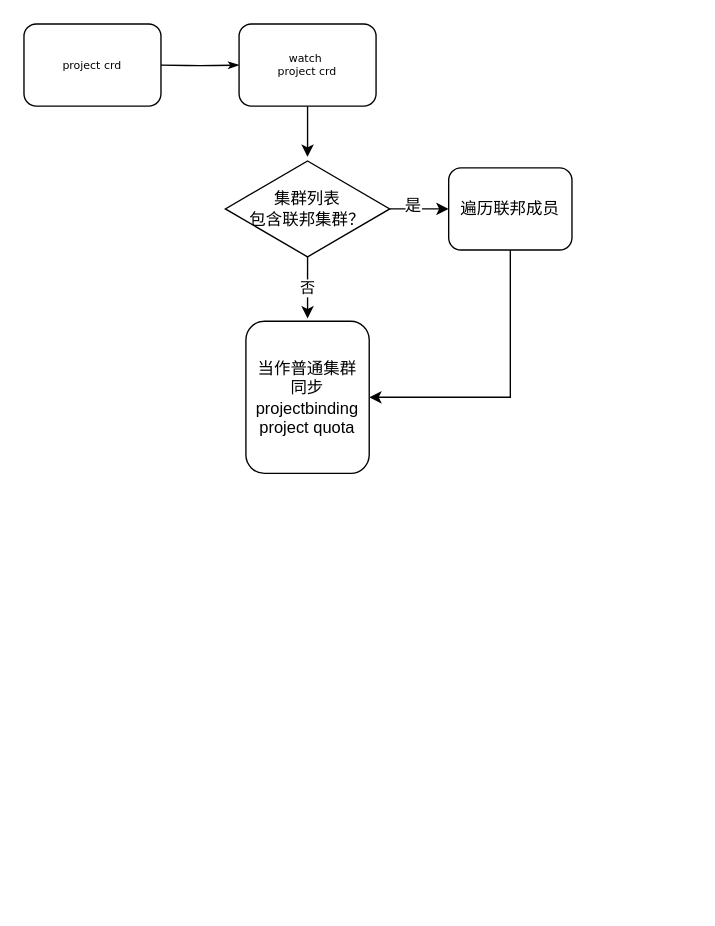
Before: page "Page-3" (3 of 5) of federateclusters.drawio in ssider/system_designs, a draw.io diagram. Source tidied: cells renumbered, new cells numbered last; positions are measured from the earlier drawing's top-left corner, leaving out a move shared by most shapes. Both pictures are drawn from the tidied source at 137%, with x=0, y=0 at pixel (23, 23).
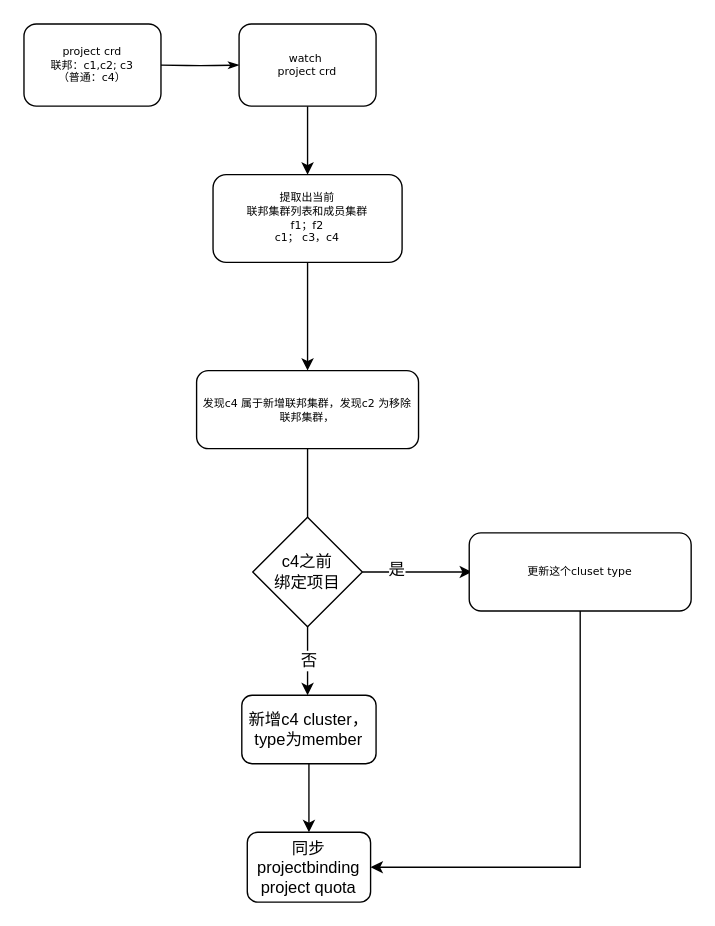
The same diagram, later.

Unchanged cells that the change refers to:
```xml
<mxCell id="5" value="watch&amp;nbsp;&lt;br&gt;project crd" style="rounded=1;whiteSpace=wrap;html=1;shadow=0;labelBackgroundColor=none;strokeColor=#000000;strokeWidth=1;fillColor=#ffffff;fontFamily=Verdana;fontSize=8;fontColor=#000000;align=center;" parent="1" vertex="1">
  <mxGeometry x="157" width="100" height="60" as="geometry" />
</mxCell>
```

Change to the diagram source:
```diff
@@
-    <mxCell id="2" value="project crd" style="rounded=1;whiteSpace=wrap;html=1;shadow=0;labelBackgroundColor=none;strokeColor=#000000;strokeWidth=1;fillColor=#ffffff;fontFamily=Verdana;fontSize=8;fontColor=#000000;align=center;" parent="1" vertex="1">
+    <mxCell id="2" value="project crd&lt;br&gt;联邦：c1,c2; c3&lt;br&gt;（普通：c4）" style="rounded=1;whiteSpace=wrap;html=1;shadow=0;labelBackgroundColor=none;strokeColor=#000000;strokeWidth=1;fillColor=#ffffff;fontFamily=Verdana;fontSize=8;fontColor=#000000;align=center;" parent="1" vertex="1">
       <mxGeometry width="100" height="60" as="geometry" />
     </mxCell>
@@
-    <mxCell id="4" style="edgeStyle=orthogonalEdgeStyle;rounded=0;html=1;jettySize=auto;" parent="1" edge="1" source="5">
-      <mxGeometry relative="1" as="geometry">
-        <mxPoint x="207" y="97" as="targetPoint" />
-      </mxGeometry>
-    </mxCell>
+    <mxCell id="13" style="edgeStyle=orthogonalEdgeStyle;rounded=0;jettySize=auto;html=1;" parent="1" edge="1" source="5" target="15">
+      <mxGeometry relative="1" as="geometry" />
+    </mxCell>
@@
-    <mxCell id="6" style="edgeStyle=orthogonalEdgeStyle;rounded=0;jettySize=auto;html=1;" parent="1" edge="1" source="8" target="11">
-      <mxGeometry relative="1" as="geometry" />
-    </mxCell>
+    <mxCell id="14" style="edgeStyle=orthogonalEdgeStyle;rounded=0;jettySize=auto;html=1;" parent="1" edge="1" source="15" target="18">
+      <mxGeometry relative="1" as="geometry" />
+    </mxCell>
+    <mxCell id="15" value="提取出当前&lt;br&gt;联邦集群列表和成员集群&lt;br&gt;f1；f2&lt;br&gt;c1； c3，c4" style="rounded=1;whiteSpace=wrap;html=1;shadow=0;labelBackgroundColor=none;strokeColor=#000000;strokeWidth=1;fillColor=#ffffff;fontFamily=Verdana;fontSize=8;fontColor=#000000;align=center;" parent="1" vertex="1">
+      <mxGeometry x="138" y="110" width="138" height="64" as="geometry" />
+    </mxCell>
+    <mxCell id="16" style="edgeStyle=orthogonalEdgeStyle;rounded=0;orthogonalLoop=1;jettySize=auto;html=1;" parent="1" edge="1">
+      <mxGeometry relative="1" as="geometry">
+        <mxPoint x="207" y="430" as="sourcePoint" />
+        <mxPoint x="207" y="490" as="targetPoint" />
+      </mxGeometry>
+    </mxCell>
+    <mxCell id="9" value="否" style="text;html=1;align=center;verticalAlign=middle;labelBackgroundColor=#ffffff;" parent="16" vertex="1">
+      <mxGeometry x="0.13" relative="1" as="geometry" />
+    </mxCell>
+    <mxCell id="17" style="edgeStyle=orthogonalEdgeStyle;rounded=0;jettySize=auto;html=1;" parent="1" edge="1" source="18">
+      <mxGeometry relative="1" as="geometry">
+        <mxPoint x="207" y="380" as="targetPoint" />
+      </mxGeometry>
+    </mxCell>
+    <mxCell id="18" value="发现c4 属于新增联邦集群，发现c2 为移除联邦集群，&lt;br&gt;" style="rounded=1;whiteSpace=wrap;html=1;shadow=0;labelBackgroundColor=none;strokeColor=#000000;strokeWidth=1;fillColor=#ffffff;fontFamily=Verdana;fontSize=8;fontColor=#000000;align=center;" parent="1" vertex="1">
+      <mxGeometry x="126" y="253" width="162" height="57" as="geometry" />
+    </mxCell>
+    <mxCell id="12" value="同步projectbinding&lt;br&gt;project quota" style="rounded=1;whiteSpace=wrap;html=1;fillColor=#ffffff;" parent="1" vertex="1">
+      <mxGeometry x="163" y="590" width="90" height="51" as="geometry" />
+    </mxCell>
+    <mxCell id="19" style="edgeStyle=orthogonalEdgeStyle;rounded=0;jettySize=auto;html=1;" parent="1" edge="1" source="20">
+      <mxGeometry relative="1" as="geometry">
+        <mxPoint x="327" y="400" as="targetPoint" />
+      </mxGeometry>
+    </mxCell>
-    <mxCell id="7" value="是" style="text;html=1;align=center;verticalAlign=middle;labelBackgroundColor=#ffffff;" parent="6" vertex="1">
-      <mxGeometry x="-0.26" y="3" relative="1" as="geometry" />
+    <mxCell id="7" value="是" style="text;html=1;align=center;verticalAlign=middle;labelBackgroundColor=#ffffff;" parent="19" vertex="1">
+      <mxGeometry x="-0.4" y="2" relative="1" as="geometry" />
     </mxCell>
-    <mxCell id="8" value="集群列表&lt;br&gt;包含联邦集群？" style="rhombus;whiteSpace=wrap;html=1;" parent="1" vertex="1">
-      <mxGeometry x="147" y="100" width="120" height="70" as="geometry" />
-    </mxCell>
-    <mxCell id="9" value="否" style="edgeStyle=orthogonalEdgeStyle;rounded=0;orthogonalLoop=1;jettySize=auto;html=1;strokeColor=#000000;strokeWidth=1;" parent="1" edge="1">
-      <mxGeometry relative="1" as="geometry">
-        <mxPoint x="207" y="170" as="sourcePoint" />
-        <mxPoint x="207" y="215" as="targetPoint" />
-      </mxGeometry>
-    </mxCell>
-    <mxCell id="10" style="edgeStyle=orthogonalEdgeStyle;rounded=0;jettySize=auto;html=1;entryX=1;entryY=0.5;entryDx=0;entryDy=0;" parent="1" edge="1" source="11" target="12">
-      <mxGeometry relative="1" as="geometry">
-        <Array as="points">
-          <mxPoint x="355" y="273" />
-        </Array>
-      </mxGeometry>
-    </mxCell>
-    <mxCell id="11" value="遍历联邦成员" style="rounded=1;whiteSpace=wrap;html=1;fillColor=#ffffff;" parent="1" vertex="1">
-      <mxGeometry x="310" y="105" width="90" height="60" as="geometry" />
-    </mxCell>
-    <mxCell id="12" value="当作普通集群&lt;br&gt;同步projectbinding&lt;br&gt;project quota" style="rounded=1;whiteSpace=wrap;html=1;fillColor=#ffffff;" parent="1" vertex="1">
-      <mxGeometry x="162" y="217" width="90" height="111" as="geometry" />
-    </mxCell>
+    <mxCell id="20" value="c4之前&lt;br&gt;绑定项目" style="rhombus;whiteSpace=wrap;html=1;" parent="1" vertex="1">
+      <mxGeometry x="167" y="360" width="80" height="80" as="geometry" />
+    </mxCell>
+    <mxCell id="21" style="edgeStyle=orthogonalEdgeStyle;rounded=0;jettySize=auto;html=1;entryX=1;entryY=0.5;entryDx=0;entryDy=0;" parent="1" edge="1" source="22" target="12">
+      <mxGeometry relative="1" as="geometry">
+        <Array as="points">
+          <mxPoint x="406" y="616" />
+        </Array>
+      </mxGeometry>
+    </mxCell>
+    <mxCell id="22" value="更新这个cluset type" style="rounded=1;whiteSpace=wrap;html=1;shadow=0;labelBackgroundColor=none;strokeColor=#000000;strokeWidth=1;fillColor=#ffffff;fontFamily=Verdana;fontSize=8;fontColor=#000000;align=center;" parent="1" vertex="1">
+      <mxGeometry x="325" y="371.5" width="162" height="57" as="geometry" />
+    </mxCell>
+    <mxCell id="23" style="edgeStyle=orthogonalEdgeStyle;rounded=0;jettySize=auto;html=1;" parent="1" edge="1" source="24" target="12">
+      <mxGeometry relative="1" as="geometry" />
+    </mxCell>
+    <mxCell id="24" value="新增c4 cluster，type为member" style="rounded=1;whiteSpace=wrap;html=1;" parent="1" vertex="1">
+      <mxGeometry x="159" y="490" width="98" height="50" as="geometry" />
+    </mxCell>
```
